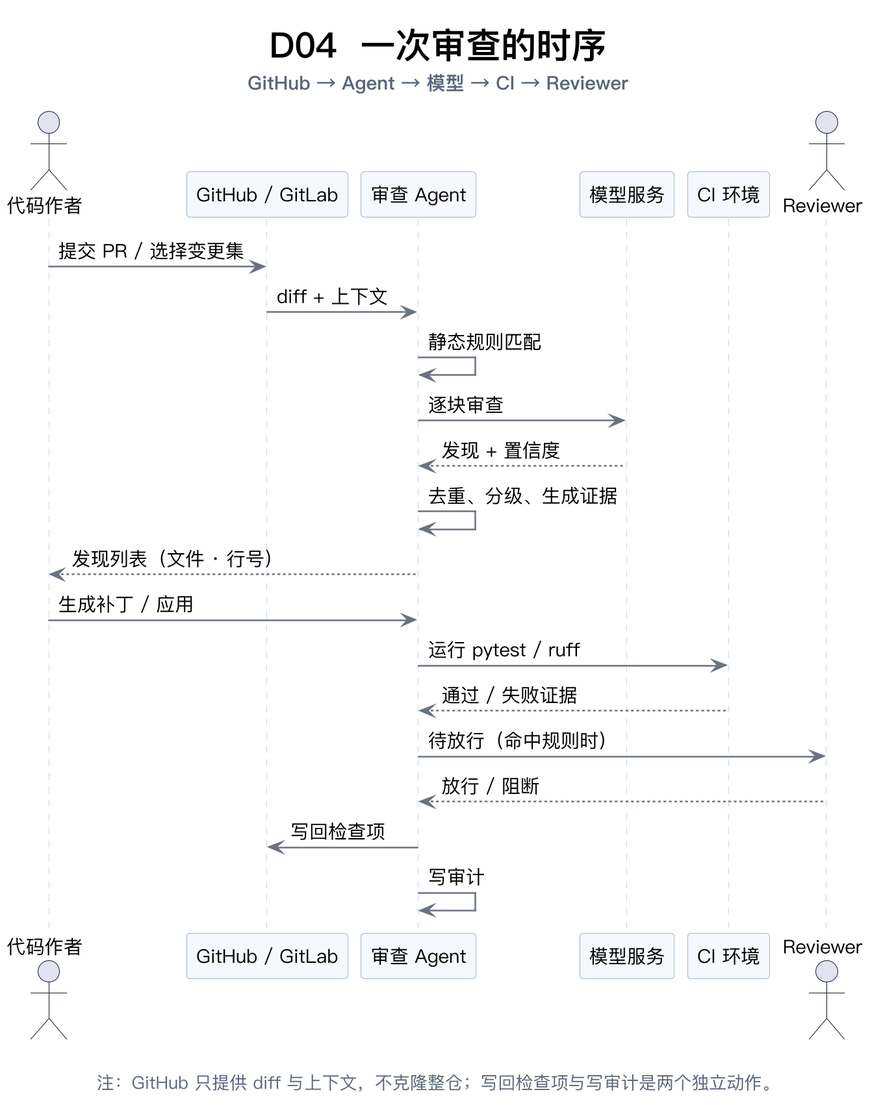
Above: 可信代码审查Agent/03_可编辑源文件/PlantUML/D04_一次审查时序图.png in yemuxue/code-review-agent (PlantUML), before the change.
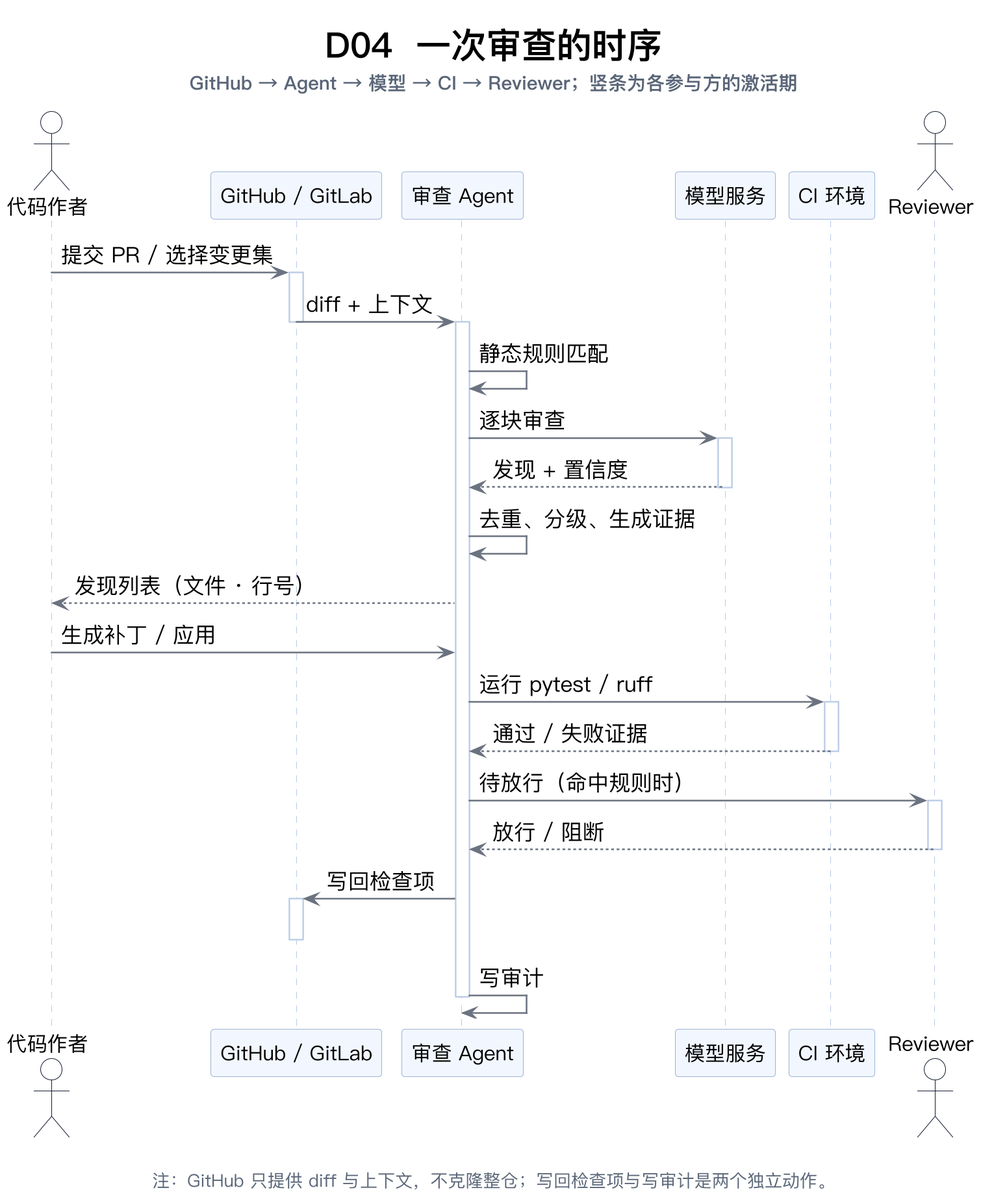
The same diagram one commit later.

Commit message:
style(atlas): 时序图加激活竖条，补充参与者配色

What changed in the source:
```diff
@@ -1,18 +1,17 @@
 @startuml
 skinparamlocked dpi 200
 !include _style.iuml
-title <size:26><b>D04  一次审查的时序</b></size>\n<size:14><color:#5A6678>GitHub → Agent → 模型 → CI → Reviewer</color></size>
-skinparam shadowing false
-skinparam backgroundColor #FFFFFF
-skinparam defaultFontSize 14
-skinparam defaultFontName PingFang SC
 skinparam sequence {
   ArrowColor #6B7280
-  LifeLineBorderColor #C9D6EA
-  ParticipantBackgroundColor #F5F8FF
+  LifeLineBorderColor #B9CBE6
+  LifeLineBackgroundColor #FFFFFF
+  ParticipantBackgroundColor #F2F7FF
   ParticipantBorderColor #9FB4D6
+  ParticipantFontSize 15
+  ActorBackgroundColor #FFFFFF
+  ActorBorderColor #172033
 }
-
+title <size:26><b>D04  一次审查的时序</b></size>\n<size:14><color:#5A6678>GitHub → Agent → 模型 → CI → Reviewer；竖条为各参与方的激活期</color></size>
 
 actor "代码作者" as U
 participant "GitHub / GitLab" as G
@@ -22,18 +21,36 @@
 actor "Reviewer" as R
 
 U -> G : 提交 PR / 选择变更集
+activate G
 G -> A : diff + 上下文
+deactivate G
+
+activate A
 A -> A : 静态规则匹配
 A -> M : 逐块审查
+activate M
 M --> A : 发现 + 置信度
+deactivate M
 A -> A : 去重、分级、生成证据
 A --> U : 发现列表（文件 · 行号）
+
 U -> A : 生成补丁 / 应用
 A -> C : 运行 pytest / ruff
+activate C
 C --> A : 通过 / 失败证据
+deactivate C
+
 A -> R : 待放行（命中规则时）
+activate R
 R --> A : 放行 / 阻断
+deactivate R
+
 A -> G : 写回检查项
+activate G
+deactivate G
+
 A -> A : 写审计
+deactivate A
+
 caption \n<size:13><color:#5A6678>注：GitHub 只提供 diff 与上下文，不克隆整仓；写回检查项与写审计是两个独立动作。</color></size>
 @enduml
```
